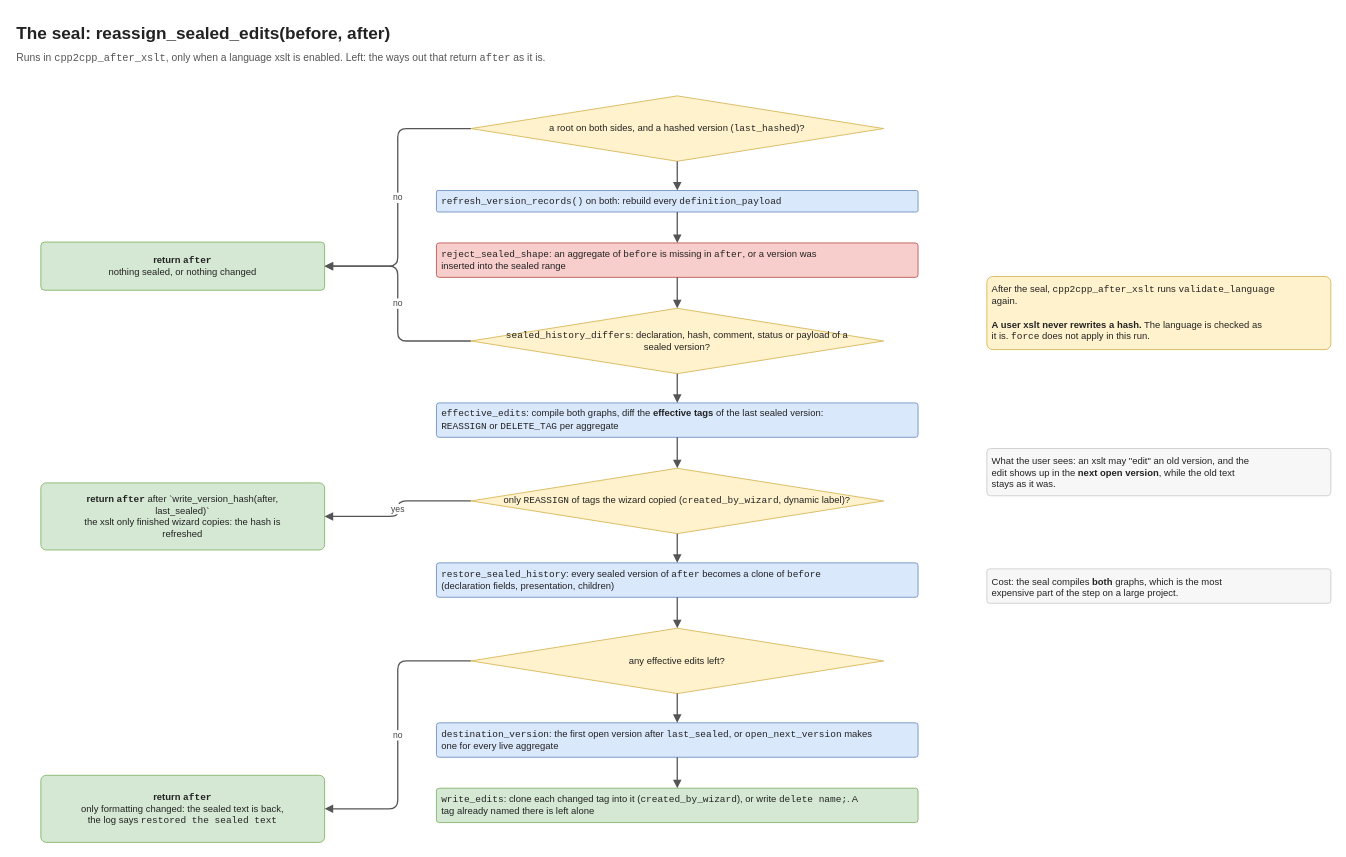
This is drawio/33_dev_seal.drawio from goloveshin/galimatron_doc, a draw.io file, before an edit. Source tidied: cells renumbered, new cells numbered last; positions are measured from the earlier drawing's top-left corner, leaving out a move shared by most shapes. Both pictures are drawn from the tidied source at 86%, with x=0, y=0 at pixel (15, 15).
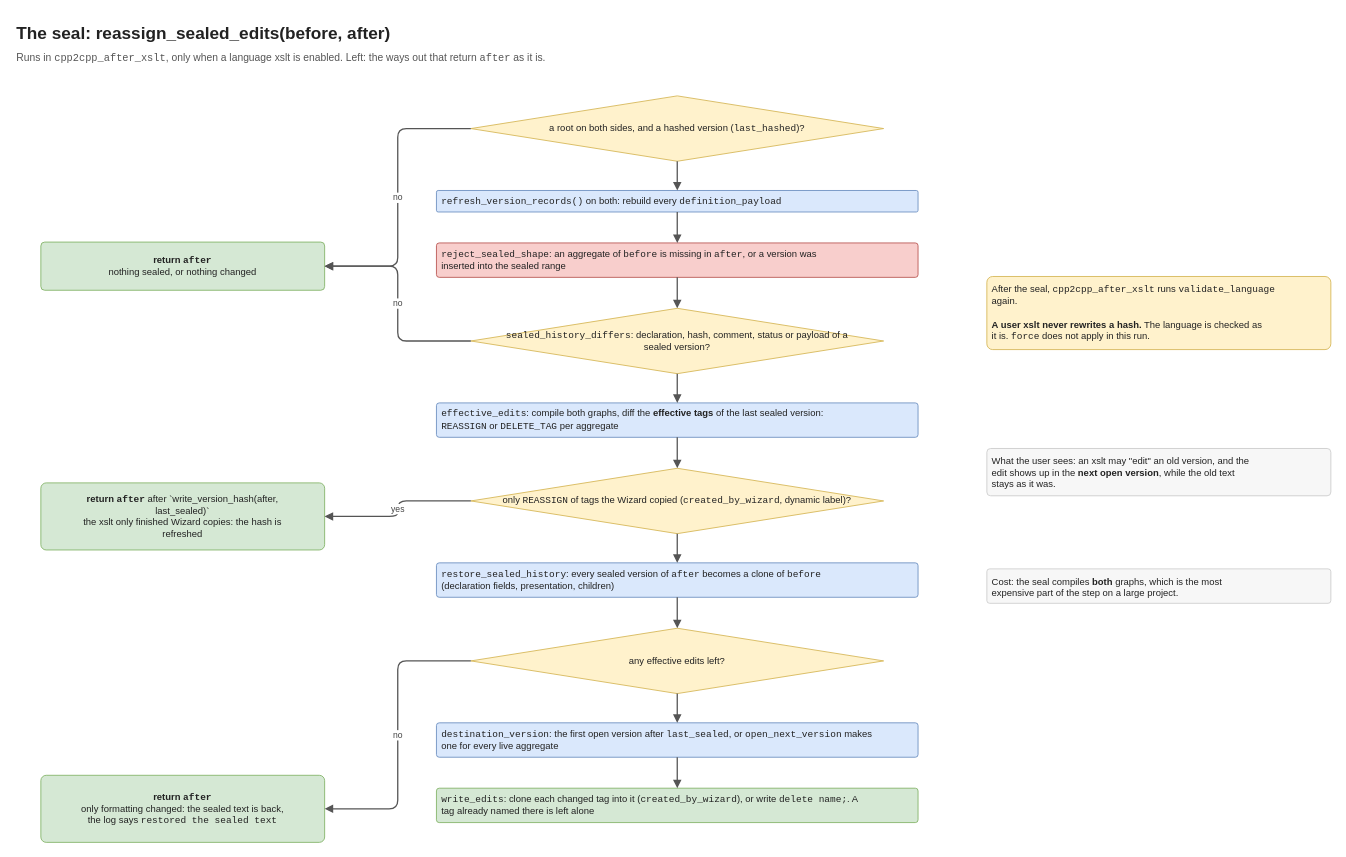
After the change.

The edit, as a diff of the source:
```diff
@@
-    <mxCell id="9" value="only &lt;font face=&quot;Consolas&quot;&gt;REASSIGN&lt;/font&gt; of tags the wizard copied (&lt;font face=&quot;Consolas&quot;&gt;created_by_wizard&lt;/font&gt;, dynamic label)?" style="whiteSpace=wrap;html=1;fillColor=#fff2cc;strokeColor=#d6b656;strokeWidth=1;fontSize=11;fontColor=#222222;align=center;verticalAlign=middle;spacingLeft=4;spacingRight=4;spacingTop=2;spacingBottom=2;rounded=0;shape=rhombus;perimeter=rhombusPerimeter;" parent="1" vertex="1">
+    <mxCell id="9" value="only &lt;font face=&quot;Consolas&quot;&gt;REASSIGN&lt;/font&gt; of tags the Wizard copied (&lt;font face=&quot;Consolas&quot;&gt;created_by_wizard&lt;/font&gt;, dynamic label)?" style="whiteSpace=wrap;html=1;fillColor=#fff2cc;strokeColor=#d6b656;strokeWidth=1;fontSize=11;fontColor=#222222;align=center;verticalAlign=middle;spacingLeft=4;spacingRight=4;spacingTop=2;spacingBottom=2;rounded=0;shape=rhombus;perimeter=rhombusPerimeter;" parent="1" vertex="1">
       <mxGeometry x="530" y="527" width="480" height="76" as="geometry" />
     </mxCell>
@@
-    <mxCell id="26" value="&lt;b&gt;return &lt;font face=&quot;Consolas&quot;&gt;after&lt;/font&gt;&lt;/b&gt; after &amp;#96;write_version_hash(after,&lt;br&gt;last_sealed)&amp;#96;&lt;br&gt;the xslt only finished wizard copies: the hash is&lt;br&gt;refreshed" style="whiteSpace=wrap;html=1;fillColor=#d5e8d4;strokeColor=#82b366;strokeWidth=1;fontSize=11;fontColor=#222222;align=center;verticalAlign=middle;spacingLeft=4;spacingRight=4;spacingTop=2;spacingBottom=2;rounded=1;arcSize=8;" parent="1" vertex="1">
+    <mxCell id="26" value="&lt;b&gt;return &lt;font face=&quot;Consolas&quot;&gt;after&lt;/font&gt;&lt;/b&gt; after &amp;#96;write_version_hash(after,&lt;br&gt;last_sealed)&amp;#96;&lt;br&gt;the xslt only finished Wizard copies: the hash is&lt;br&gt;refreshed" style="whiteSpace=wrap;html=1;fillColor=#d5e8d4;strokeColor=#82b366;strokeWidth=1;fontSize=11;fontColor=#222222;align=center;verticalAlign=middle;spacingLeft=4;spacingRight=4;spacingTop=2;spacingBottom=2;rounded=1;arcSize=8;" parent="1" vertex="1">
       <mxGeometry x="30" y="544" width="330" height="78" as="geometry" />
     </mxCell>
```
